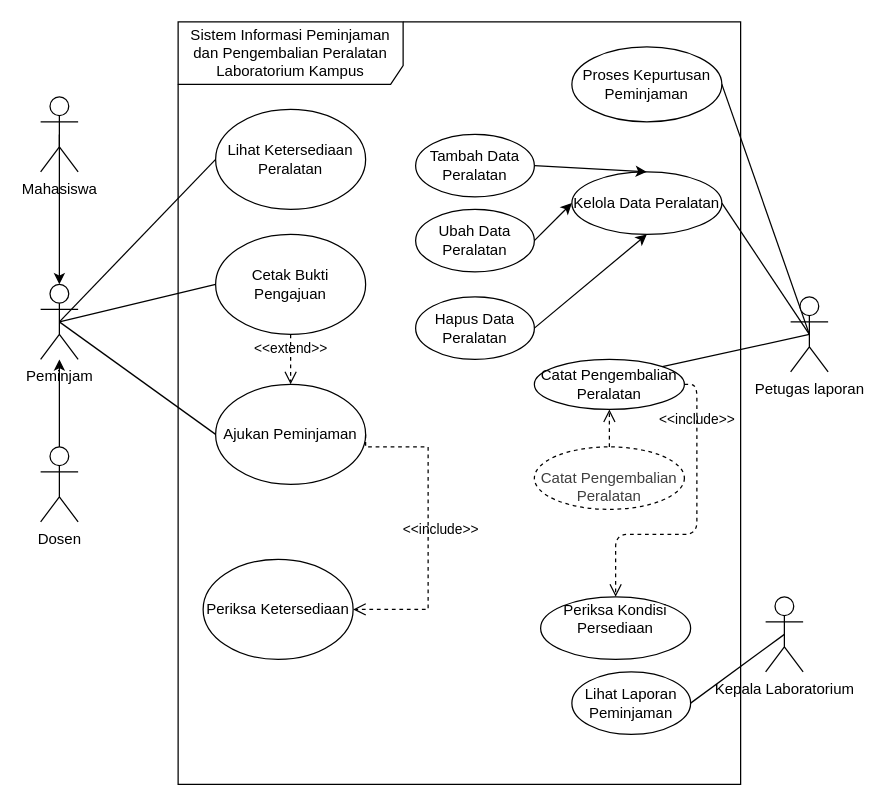
eyka02/IFRWP5149_2406030_LabAlat keeps this draw.io diagram as 03_latihan_tools/P04/LAB/P04_2406030_LAB_usecase_v01.drawio. Above is the earlier version. Source tidied: cells renumbered, new cells numbered last; positions are measured from the earlier drawing's top-left corner, leaving out a move shared by most shapes. Both pictures are drawn from the tidied source at 125%, with x=0, y=0 at pixel (40, 21).
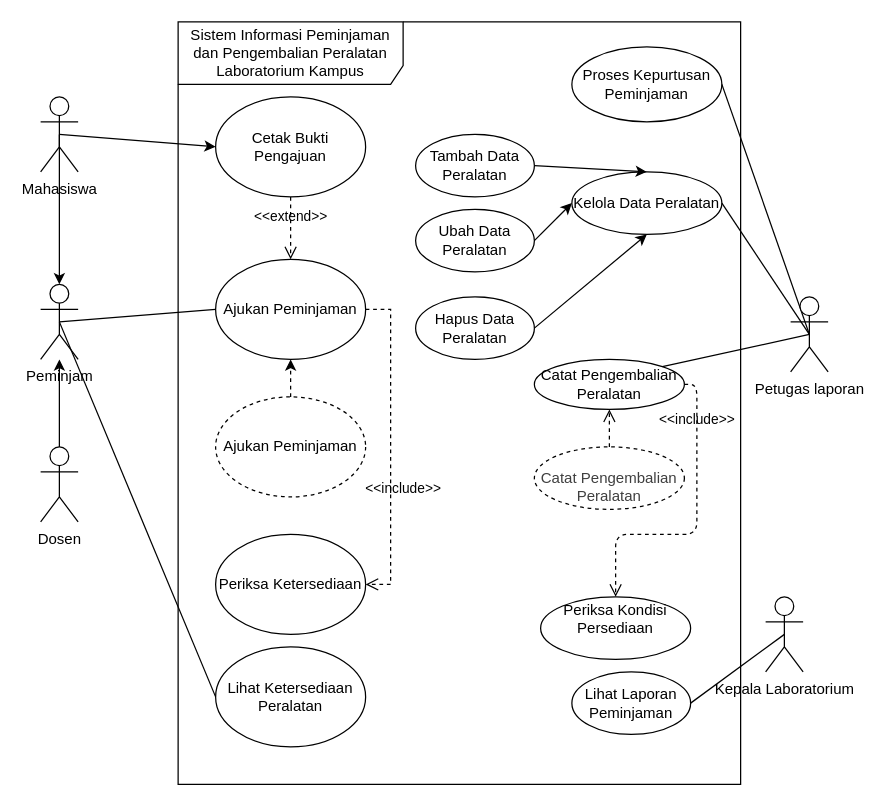
The same page after the edit.

The change refers to these unchanged cells:
```xml
<mxCell id="2" value="Sistem Informasi Peminjaman dan Pengembalian Peralatan Laboratorium Kampus" style="shape=umlFrame;whiteSpace=wrap;html=1;width=180;height=50;" parent="1" vertex="1">
  <mxGeometry x="110" width="450" height="610" as="geometry" />
</mxCell>
<mxCell id="26" value="Peminjam" style="shape=umlActor;verticalLabelPosition=bottom;verticalAlign=top;html=1;outlineConnect=0;" parent="1" vertex="1">
  <mxGeometry y="210" width="30" height="60" as="geometry" />
</mxCell>
<mxCell id="33" value="Mahasiswa" style="shape=umlActor;verticalLabelPosition=bottom;verticalAlign=top;html=1;" parent="1" vertex="1">
  <mxGeometry y="60" width="30" height="60" as="geometry" />
</mxCell>
```

Diff of the diagram source:
```diff
@@
     <mxCell id="4" value="Lihat Ketersediaan Peralatan" style="ellipse;whiteSpace=wrap;html=1;shapeInside=1;" parent="2" vertex="1">
-      <mxGeometry x="30" y="70" width="120" height="80" as="geometry" />
+      <mxGeometry x="30" y="500" width="120" height="80" as="geometry" />
     </mxCell>
     <mxCell id="5" value="Periksa Ketersediaan" style="ellipse;whiteSpace=wrap;html=1;shapeInside=1;" parent="2" vertex="1">
-      <mxGeometry x="20" y="430" width="120" height="80" as="geometry" />
+      <mxGeometry x="30" y="410" width="120" height="80" as="geometry" />
     </mxCell>
     <mxCell id="6" value="Cetak Bukti Pengajuan" style="ellipse;whiteSpace=wrap;html=1;shapeInside=1;" parent="2" vertex="1">
-      <mxGeometry x="30" y="170" width="120" height="80" as="geometry" />
+      <mxGeometry x="30" y="60" width="120" height="80" as="geometry" />
     </mxCell>
     <mxCell id="7" value="Ajukan Peminjaman" style="ellipse;whiteSpace=wrap;html=1;shapeInside=1;" parent="2" vertex="1">
-      <mxGeometry x="30" y="290" width="120" height="80" as="geometry" />
+      <mxGeometry x="30" y="190" width="120" height="80" as="geometry" />
     </mxCell>
@@
     <mxCell id="10" value="&amp;lt;&amp;lt;include&amp;gt;&amp;gt;" style="endArrow=open;startArrow=none;endFill=0;startFill=0;endSize=8;html=1;verticalAlign=bottom;dashed=1;labelBackgroundColor=none;rounded=0;exitX=1;exitY=0.5;exitDx=0;exitDy=0;entryX=1;entryY=0.5;entryDx=0;entryDy=0;edgeStyle=orthogonalEdgeStyle;" parent="2" edge="1" source="7" target="5">
-      <mxGeometry x="0.08" y="10" relative="1" as="geometry">
+      <mxGeometry x="0.32" y="10" relative="1" as="geometry">
         <Array as="points">
-          <mxPoint x="200" y="340" />
-          <mxPoint x="200" y="470" />
+          <mxPoint x="170" y="230" />
+          <mxPoint x="170" y="450" />
         </Array>
       </mxGeometry>
     </mxCell>
@@
+    <mxCell id="37" style="edgeStyle=none;html=1;exitX=0.5;exitY=0;exitDx=0;exitDy=0;entryX=0.5;entryY=1;entryDx=0;entryDy=0;dashed=1;" parent="2" edge="1" source="38" target="7">
+      <mxGeometry relative="1" as="geometry" />
+    </mxCell>
+    <mxCell id="38" value="Ajukan Peminjaman" style="ellipse;whiteSpace=wrap;html=1;shapeInside=1;dashed=1;" parent="2" vertex="1">
+      <mxGeometry x="30" y="300" width="120" height="80" as="geometry" />
+    </mxCell>
@@
-    <mxCell id="25" style="rounded=0;jettySize=auto;html=1;exitX=0.5;exitY=0.5;exitDx=0;exitDy=0;exitPerimeter=0;entryX=0;entryY=0.5;entryDx=0;entryDy=0;endArrow=none;endFill=0;" parent="1" edge="1" source="26" target="6">
-      <mxGeometry relative="1" as="geometry" />
-    </mxCell>
@@
+    <mxCell id="39" style="edgeStyle=none;html=1;exitX=0.5;exitY=0.5;exitDx=0;exitDy=0;exitPerimeter=0;entryX=0;entryY=0.5;entryDx=0;entryDy=0;" parent="1" edge="1" source="33" target="6">
+      <mxGeometry relative="1" as="geometry" />
+    </mxCell>
```
